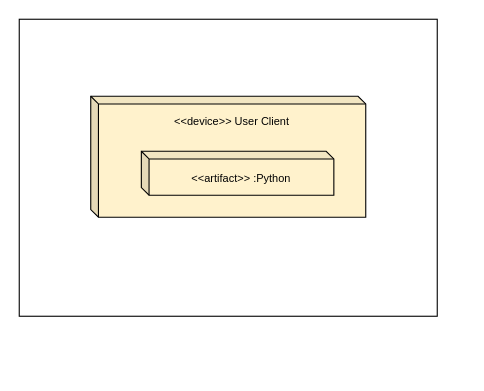
Before: Dokumentation/99_Vorlagen/Bilder/Diagramme/DeploymentDiagramm.drawio in EkoGuandor229/Network-Unit-Testing, a draw.io diagram. Source tidied: cells renumbered, new cells numbered last; positions are measured from the earlier drawing's top-left corner, leaving out a move shared by most shapes. Both pictures are drawn from the tidied source at 110%, with x=0, y=0 at pixel (19, 19).
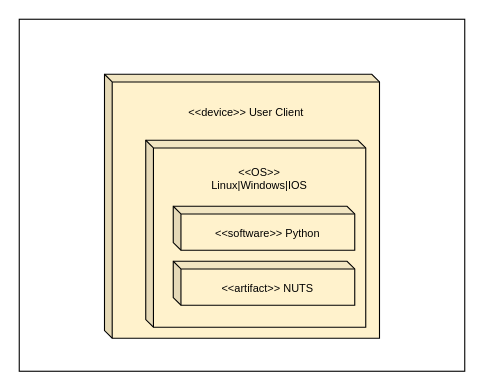
The same diagram, later.

Commit message (it also covers changes not shown here):
Spellcheck and Diagram Update

The edit, as a diff of the source:
```diff
@@
 <mxGraphModel>
   <root>
     <mxCell id="0" />
     <mxCell id="1" parent="0" />
     <mxCell id="2" style="rounded=0;whiteSpace=wrap;html=1;strokeColor=#000000;fontSize=10;" parent="1" vertex="1">
-      <mxGeometry width="380" height="270" as="geometry" />
+      <mxGeometry width="405" height="320" as="geometry" />
     </mxCell>
-    <mxCell id="3" value="&amp;lt;&amp;lt;device&amp;gt;&amp;gt; User Client&lt;br&gt;&lt;br&gt;&lt;br&gt;&lt;br&gt;&lt;br&gt;&lt;br&gt;&lt;br&gt;" style="shape=cube;whiteSpace=wrap;html=1;boundedLbl=1;backgroundOutline=1;darkOpacity=0.05;darkOpacity2=0.1;fontSize=10;size=7;fillColor=#fff2cc;strokeColor=#000000;" parent="1" vertex="1">
-      <mxGeometry x="65" y="70" width="250" height="110" as="geometry" />
+    <mxCell id="3" value="&amp;lt;&amp;lt;device&amp;gt;&amp;gt; User Client&lt;br&gt;&lt;br&gt;&lt;br&gt;&lt;br&gt;&lt;br&gt;&lt;br&gt;&lt;br&gt;&lt;br&gt;&lt;br&gt;&lt;br&gt;&lt;br&gt;&lt;br&gt;&lt;br&gt;&lt;br&gt;&lt;br&gt;&lt;br&gt;" style="shape=cube;whiteSpace=wrap;html=1;boundedLbl=1;backgroundOutline=1;darkOpacity=0.05;darkOpacity2=0.1;fontSize=10;size=7;fillColor=#fff2cc;strokeColor=#000000;" parent="1" vertex="1">
+      <mxGeometry x="77.5" y="50" width="250" height="240" as="geometry" />
     </mxCell>
-    <mxCell id="4" value="&amp;lt;&amp;lt;artifact&amp;gt;&amp;gt; :Python" style="shape=cube;whiteSpace=wrap;html=1;boundedLbl=1;backgroundOutline=1;darkOpacity=0.05;darkOpacity2=0.1;fontSize=10;size=7;fillColor=#fff2cc;strokeColor=#000000;" parent="1" vertex="1">
-      <mxGeometry x="111" y="120" width="175" height="40" as="geometry" />
+    <mxCell id="4" value="&amp;lt;&amp;lt;OS&amp;gt;&amp;gt;&lt;br&gt;Linux|Windows|IOS&lt;br&gt;&lt;br&gt;&lt;br&gt;&lt;br&gt;&lt;br&gt;&lt;br&gt;&lt;br&gt;&lt;br&gt;&lt;br&gt;&lt;br&gt;" style="shape=cube;whiteSpace=wrap;html=1;boundedLbl=1;backgroundOutline=1;darkOpacity=0.05;darkOpacity2=0.1;fontSize=10;size=7;fillColor=#fff2cc;strokeColor=#000000;" parent="1" vertex="1">
+      <mxGeometry x="115" y="110" width="200" height="170" as="geometry" />
     </mxCell>
+    <mxCell id="5" value="&amp;lt;&amp;lt;software&amp;gt;&amp;gt; Python" style="shape=cube;whiteSpace=wrap;html=1;boundedLbl=1;backgroundOutline=1;darkOpacity=0.05;darkOpacity2=0.1;fontSize=10;size=7;fillColor=#fff2cc;strokeColor=#000000;" parent="1" vertex="1">
+      <mxGeometry x="140" y="170" width="165" height="40" as="geometry" />
+    </mxCell>
+    <mxCell id="6" value="&amp;lt;&amp;lt;artifact&amp;gt;&amp;gt; NUTS" style="shape=cube;whiteSpace=wrap;html=1;boundedLbl=1;backgroundOutline=1;darkOpacity=0.05;darkOpacity2=0.1;fontSize=10;size=7;fillColor=#fff2cc;strokeColor=#000000;" parent="1" vertex="1">
+      <mxGeometry x="140" y="220" width="165" height="40" as="geometry" />
+    </mxCell>
   </root>
 </mxGraphModel>
```
